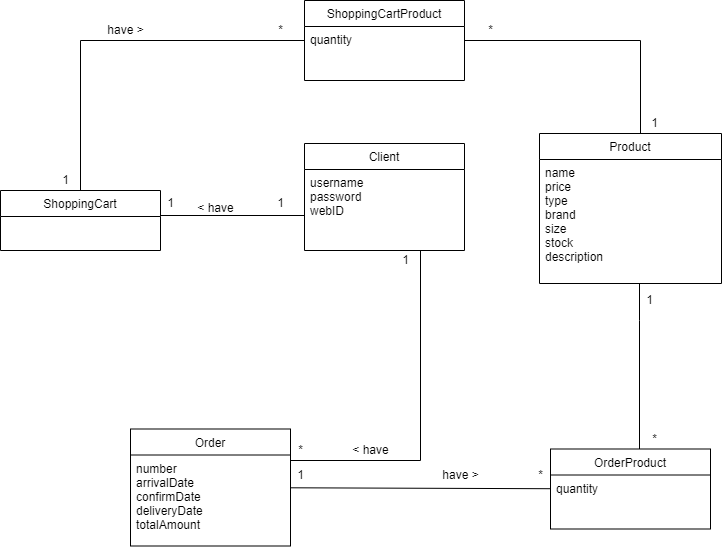
Above: docs/images/domain_model.png in Arquisoft/dede_es5a (draw.io), before the change. Source tidied: cells renumbered, new cells last; positions are measured from the earlier drawing's top-left corner, leaving out a move shared by most shapes.
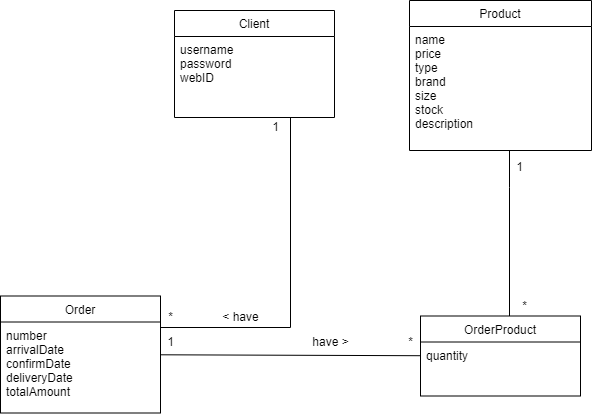
The same diagram one commit later.

Commit message:
Modelo de dominio actualizado

Diff of the diagram source:
```diff
@@ -35,12 +35,6 @@
         </Array>
       </mxGeometry>
     </mxCell>
-    <mxCell id="10" value="ShoppingCart" style="swimlane;fontStyle=0;align=center;verticalAlign=top;horizontal=1;startSize=26;rounded=0;shadow=0;strokeWidth=1;" parent="1" vertex="1">
-      <mxGeometry y="190" width="160" height="60" as="geometry" />
-    </mxCell>
-    <mxCell id="11" style="endArrow=none;endSize=10;endFill=0;shadow=0;strokeWidth=1;rounded=0;edgeStyle=elbowEdgeStyle;elbow=vertical;entryX=-0.001;entryY=0.624;entryDx=0;entryDy=0;entryPerimeter=0;" parent="1" edge="1" source="10" target="3">
-      <mxGeometry relative="1" as="geometry" />
-    </mxCell>
     <mxCell id="12" value="&amp;lt; have" style="text;html=1;align=center;verticalAlign=middle;strokeColor=none;fillColor=none;" parent="1" vertex="1">
       <mxGeometry x="345" y="440" width="50" height="20" as="geometry" />
     </mxCell>
@@ -56,49 +50,12 @@
     <mxCell id="16" value="*" style="text;html=1;align=center;verticalAlign=middle;strokeColor=none;fillColor=none;" parent="1" vertex="1">
       <mxGeometry x="530" y="465" width="20" height="20" as="geometry" />
     </mxCell>
-    <mxCell id="17" value="1" style="text;html=1;align=center;verticalAlign=middle;strokeColor=none;fillColor=none;" parent="1" vertex="1">
-      <mxGeometry x="160" y="193" width="20" height="20" as="geometry" />
-    </mxCell>
-    <mxCell id="18" value="1" style="text;html=1;align=center;verticalAlign=middle;strokeColor=none;fillColor=none;" parent="1" vertex="1">
-      <mxGeometry x="270" y="193" width="20" height="20" as="geometry" />
-    </mxCell>
-    <mxCell id="19" value="&amp;lt; have" style="text;html=1;align=center;verticalAlign=middle;strokeColor=none;fillColor=none;" parent="1" vertex="1">
-      <mxGeometry x="190" y="198" width="50" height="20" as="geometry" />
-    </mxCell>
-    <mxCell id="20" style="endArrow=none;endSize=10;endFill=0;shadow=0;strokeWidth=1;rounded=0;edgeStyle=elbowEdgeStyle;elbow=vertical;" parent="1" edge="1" source="25" target="7">
-      <mxGeometry relative="1" as="geometry">
-        <Array as="points">
-          <mxPoint x="640" y="40" />
-          <mxPoint x="630" y="20" />
-          <mxPoint x="701" y="33" />
-        </Array>
-      </mxGeometry>
-    </mxCell>
-    <mxCell id="21" value="1" style="text;html=1;align=center;verticalAlign=middle;strokeColor=none;fillColor=none;" parent="1" vertex="1">
-      <mxGeometry x="644" y="113" width="20" height="20" as="geometry" />
-    </mxCell>
-    <mxCell id="22" value="1" style="text;html=1;align=center;verticalAlign=middle;strokeColor=none;fillColor=none;" parent="1" vertex="1">
-      <mxGeometry x="55" y="170" width="20" height="20" as="geometry" />
-    </mxCell>
     <mxCell id="23" value="OrderProduct" style="swimlane;fontStyle=0;align=center;verticalAlign=top;horizontal=1;startSize=26;rounded=0;shadow=0;strokeWidth=1;" parent="1" vertex="1">
       <mxGeometry x="550" y="448.5" width="160" height="80" as="geometry" />
     </mxCell>
     <mxCell id="24" value="quantity" style="text;align=left;verticalAlign=top;spacingLeft=4;spacingRight=4;overflow=hidden;fontStyle=0;" parent="23" vertex="1">
       <mxGeometry y="26" width="160" height="24" as="geometry" />
     </mxCell>
-    <mxCell id="25" value="ShoppingCartProduct" style="swimlane;fontStyle=0;align=center;verticalAlign=top;horizontal=1;startSize=26;rounded=0;shadow=0;strokeWidth=1;" parent="1" vertex="1">
-      <mxGeometry x="304" width="160" height="80" as="geometry" />
-    </mxCell>
-    <mxCell id="26" value="quantity" style="text;align=left;verticalAlign=top;spacingLeft=4;spacingRight=4;overflow=hidden;" parent="25" vertex="1">
-      <mxGeometry y="26" width="160" height="34" as="geometry" />
-    </mxCell>
-    <mxCell id="27" style="endArrow=none;html=1;rounded=0;exitX=0.5;exitY=0;exitDx=0;exitDy=0;" parent="1" edge="1" source="10" target="25">
-      <mxGeometry relative="1" as="geometry">
-        <Array as="points">
-          <mxPoint x="80" y="40" />
-        </Array>
-      </mxGeometry>
-    </mxCell>
     <mxCell id="28" style="endArrow=none;html=1;rounded=0;" parent="1" edge="1" source="4" target="23">
       <mxGeometry relative="1" as="geometry" />
     </mxCell>
@@ -108,15 +65,6 @@
     <mxCell id="30" value="1" style="text;html=1;align=center;verticalAlign=middle;strokeColor=none;fillColor=none;" parent="1" vertex="1">
       <mxGeometry x="290" y="465" width="20" height="20" as="geometry" />
     </mxCell>
-    <mxCell id="31" value="*" style="text;html=1;align=center;verticalAlign=middle;strokeColor=none;fillColor=none;" parent="1" vertex="1">
-      <mxGeometry x="270" y="20" width="20" height="20" as="geometry" />
-    </mxCell>
-    <mxCell id="32" value="*" style="text;html=1;align=center;verticalAlign=middle;strokeColor=none;fillColor=none;" parent="1" vertex="1">
-      <mxGeometry x="480" y="20" width="20" height="20" as="geometry" />
-    </mxCell>
-    <mxCell id="33" value="have &amp;gt;" style="text;html=1;align=center;verticalAlign=middle;strokeColor=none;fillColor=none;" parent="1" vertex="1">
-      <mxGeometry x="100" y="20" width="50" height="20" as="geometry" />
-    </mxCell>
     <mxCell id="34" value="have &amp;gt;" style="text;html=1;align=center;verticalAlign=middle;strokeColor=none;fillColor=none;" parent="1" vertex="1">
       <mxGeometry x="435" y="465" width="50" height="20" as="geometry" />
     </mxCell>
```
